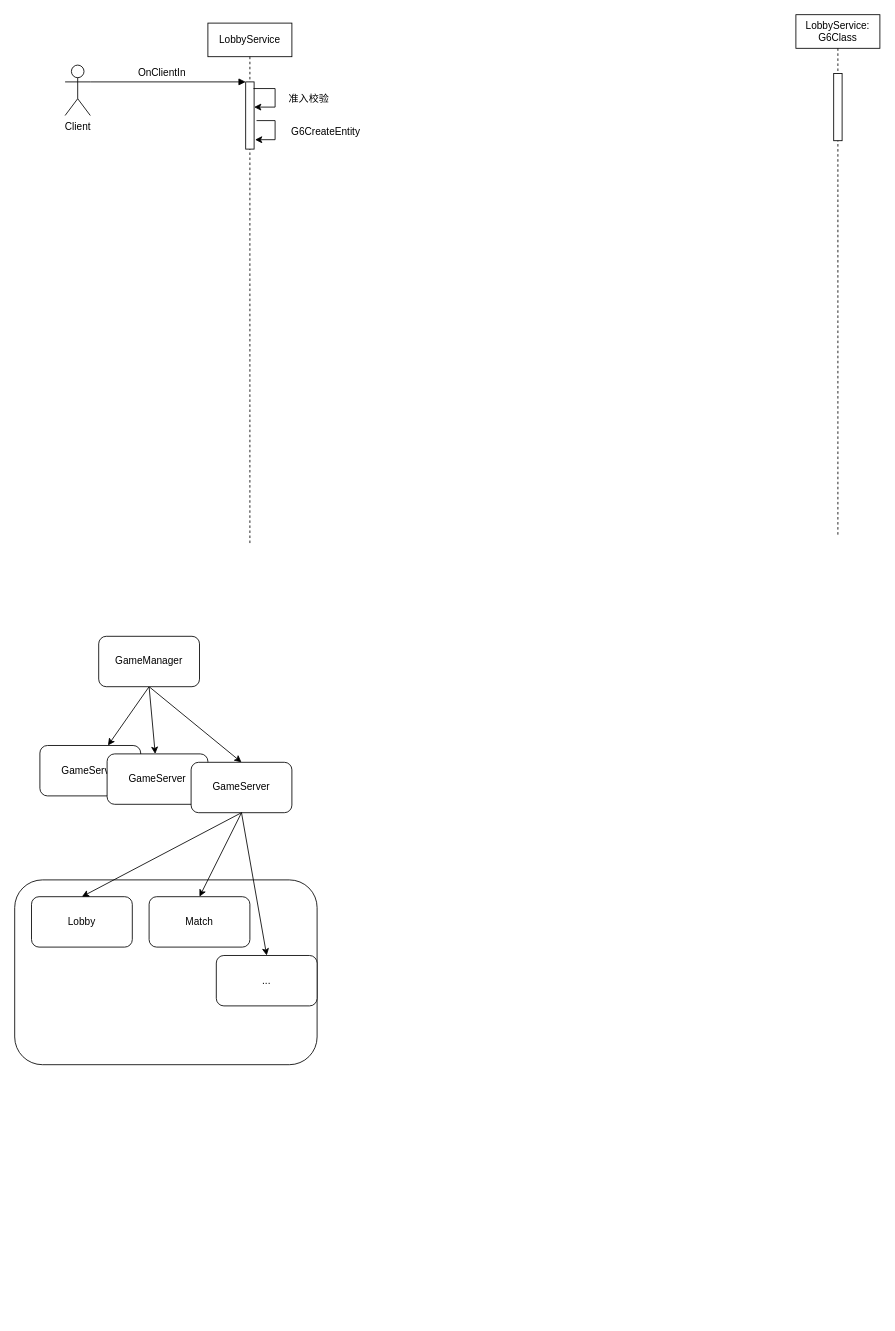
Before: G6开发手册.drawio in Ordertiny/graph, a draw.io diagram. Source tidied: cells renumbered, new cells numbered last; positions are measured from the earlier drawing's top-left corner, leaving out a move shared by most shapes. Both pictures are drawn from the tidied source at 84%, with x=0, y=0 at pixel (14, 14).
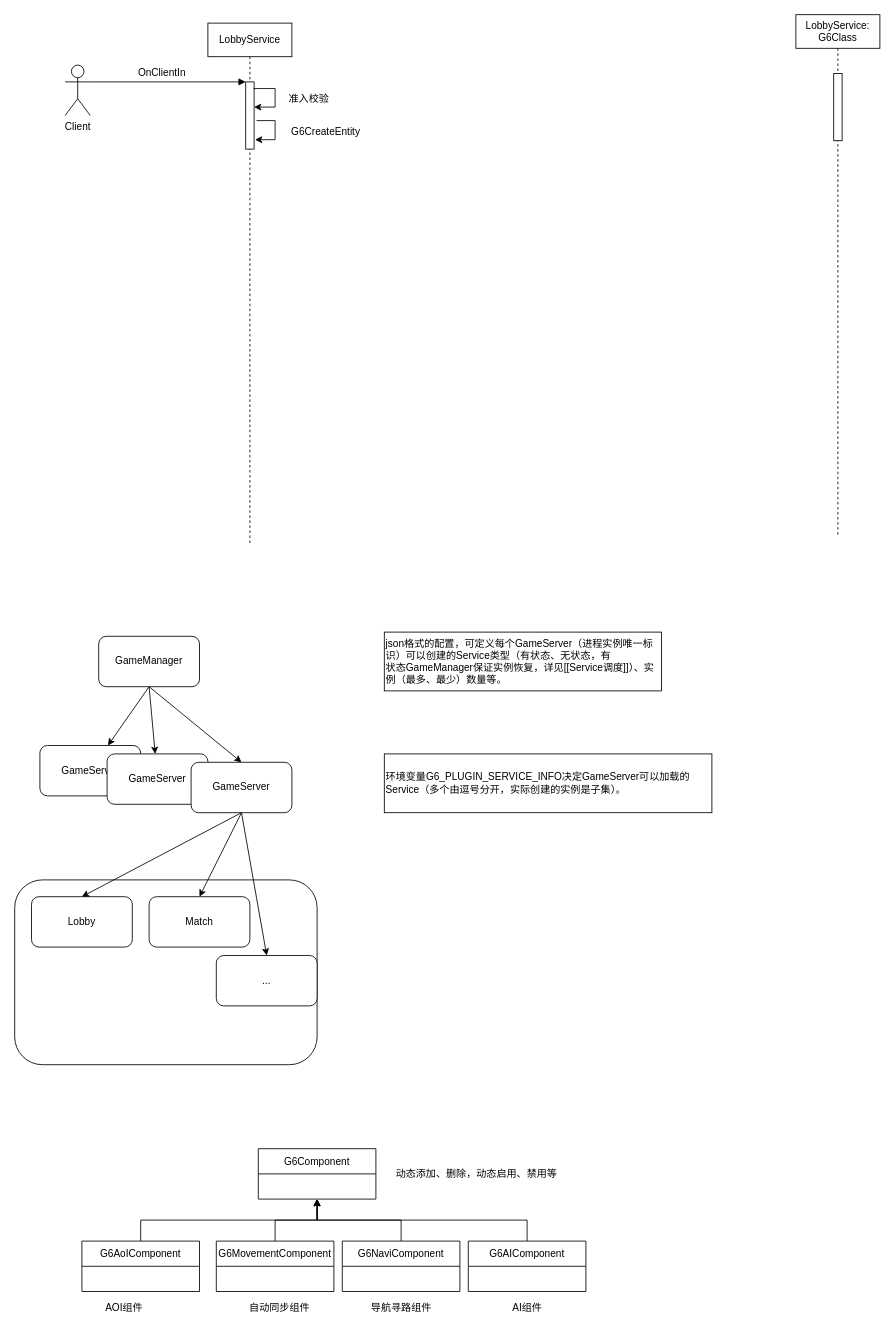
The same diagram, later.

Commit message (it also covers changes not shown here):
更新G6开发手册.drawio

What changed in the source:
```diff
@@
+    <mxCell id="27" value="json格式的配置，可定义每个GameServer（进程实例唯一标识）可以创建的Service类型（有状态、无状态，有&lt;br&gt;状态GameManager保证实例恢复，详见[[Service调度]]）、实例（最多、最少）数量等。" style="rounded=0;whiteSpace=wrap;html=1;shadow=0;fontFamily=Helvetica;fontSize=12;align=left;" parent="1" vertex="1">
+      <mxGeometry x="440" y="735" width="330" height="70" as="geometry" />
+    </mxCell>
+    <mxCell id="28" value="环境变量G6_PLUGIN_SERVICE_INFO决定GameServer可以加载的Service（多个由逗号分开，实际创建的实例是子集）。" style="rounded=0;whiteSpace=wrap;html=1;shadow=0;fontFamily=Helvetica;fontSize=12;align=left;" parent="1" vertex="1">
+      <mxGeometry x="440" y="880" width="390" height="70" as="geometry" />
+    </mxCell>
+    <mxCell id="29" value="G6Component" style="swimlane;fontStyle=0;horizontal=1;startSize=30;shadow=0;fontFamily=Helvetica;fontSize=12;" parent="1" vertex="1">
+      <mxGeometry x="290" y="1350" width="140" height="60" as="geometry" />
+    </mxCell>
+    <mxCell id="30" style="edgeStyle=orthogonalEdgeStyle;rounded=0;jettySize=auto;html=1;exitX=0.5;exitY=0;exitDx=0;exitDy=0;entryX=0.5;entryY=1;entryDx=0;entryDy=0;shadow=0;fontFamily=Helvetica;fontSize=12;elbow=vertical;" parent="1" edge="1" source="31" target="29">
+      <mxGeometry relative="1" as="geometry" />
+    </mxCell>
+    <mxCell id="31" value="G6AoIComponent" style="swimlane;fontStyle=0;horizontal=1;startSize=30;shadow=0;fontFamily=Helvetica;fontSize=12;" parent="1" vertex="1">
+      <mxGeometry x="80" y="1460" width="140" height="60" as="geometry" />
+    </mxCell>
+    <mxCell id="32" style="edgeStyle=orthogonalEdgeStyle;rounded=0;jettySize=auto;html=1;exitX=0.5;exitY=0;exitDx=0;exitDy=0;entryX=0.5;entryY=1;entryDx=0;entryDy=0;shadow=0;fontFamily=Helvetica;fontSize=12;elbow=vertical;" parent="1" edge="1" source="33" target="29">
+      <mxGeometry relative="1" as="geometry" />
+    </mxCell>
+    <mxCell id="33" value="G6MovementComponent" style="swimlane;fontStyle=0;horizontal=1;startSize=30;shadow=0;fontFamily=Helvetica;fontSize=12;" parent="1" vertex="1">
+      <mxGeometry x="240" y="1460" width="140" height="60" as="geometry" />
+    </mxCell>
+    <mxCell id="34" style="edgeStyle=orthogonalEdgeStyle;rounded=0;jettySize=auto;html=1;exitX=0.5;exitY=0;exitDx=0;exitDy=0;shadow=0;fontFamily=Helvetica;fontSize=12;elbow=vertical;entryX=0.5;entryY=1;entryDx=0;entryDy=0;" parent="1" edge="1" source="35" target="29">
+      <mxGeometry relative="1" as="geometry" />
+    </mxCell>
+    <mxCell id="35" value="G6NaviComponent" style="swimlane;fontStyle=0;horizontal=1;startSize=30;shadow=0;fontFamily=Helvetica;fontSize=12;" parent="1" vertex="1">
+      <mxGeometry x="390" y="1460" width="140" height="60" as="geometry" />
+    </mxCell>
+    <mxCell id="36" style="edgeStyle=orthogonalEdgeStyle;rounded=0;jettySize=auto;html=1;exitX=0.5;exitY=0;exitDx=0;exitDy=0;shadow=0;fontFamily=Helvetica;fontSize=12;elbow=vertical;entryX=0.5;entryY=1;entryDx=0;entryDy=0;" parent="1" edge="1" source="37" target="29">
+      <mxGeometry relative="1" as="geometry" />
+    </mxCell>
+    <mxCell id="37" value="G6AIComponent" style="swimlane;fontStyle=0;horizontal=1;startSize=30;shadow=0;fontFamily=Helvetica;fontSize=12;" parent="1" vertex="1">
+      <mxGeometry x="540" y="1460" width="140" height="60" as="geometry" />
+    </mxCell>
+    <mxCell id="38" value="动态添加、删除，动态启用、禁用等" style="text;html=1;strokeColor=none;fillColor=none;align=center;verticalAlign=middle;whiteSpace=wrap;rounded=0;shadow=0;fontFamily=Helvetica;fontSize=12;" parent="1" vertex="1">
+      <mxGeometry x="440" y="1375" width="220" height="10" as="geometry" />
+    </mxCell>
+    <mxCell id="39" value="AOI组件" style="text;html=1;align=center;verticalAlign=middle;strokeColor=none;fillColor=none;fontSize=12;fontFamily=Helvetica;" parent="1" vertex="1">
+      <mxGeometry x="100" y="1530" width="60" height="20" as="geometry" />
+    </mxCell>
+    <mxCell id="40" value="自动同步组件" style="text;html=1;align=center;verticalAlign=middle;strokeColor=none;fillColor=none;fontSize=12;fontFamily=Helvetica;" parent="1" vertex="1">
+      <mxGeometry x="270" y="1530" width="90" height="20" as="geometry" />
+    </mxCell>
+    <mxCell id="41" value="导航寻路组件" style="text;html=1;align=center;verticalAlign=middle;strokeColor=none;fillColor=none;fontSize=12;fontFamily=Helvetica;" parent="1" vertex="1">
+      <mxGeometry x="415" y="1530" width="90" height="20" as="geometry" />
+    </mxCell>
+    <mxCell id="42" value="AI组件&lt;br/&gt;" style="text;html=1;align=center;verticalAlign=middle;strokeColor=none;fillColor=none;fontSize=12;fontFamily=Helvetica;" parent="1" vertex="1">
+      <mxGeometry x="585" y="1530" width="50" height="20" as="geometry" />
+    </mxCell>
```
